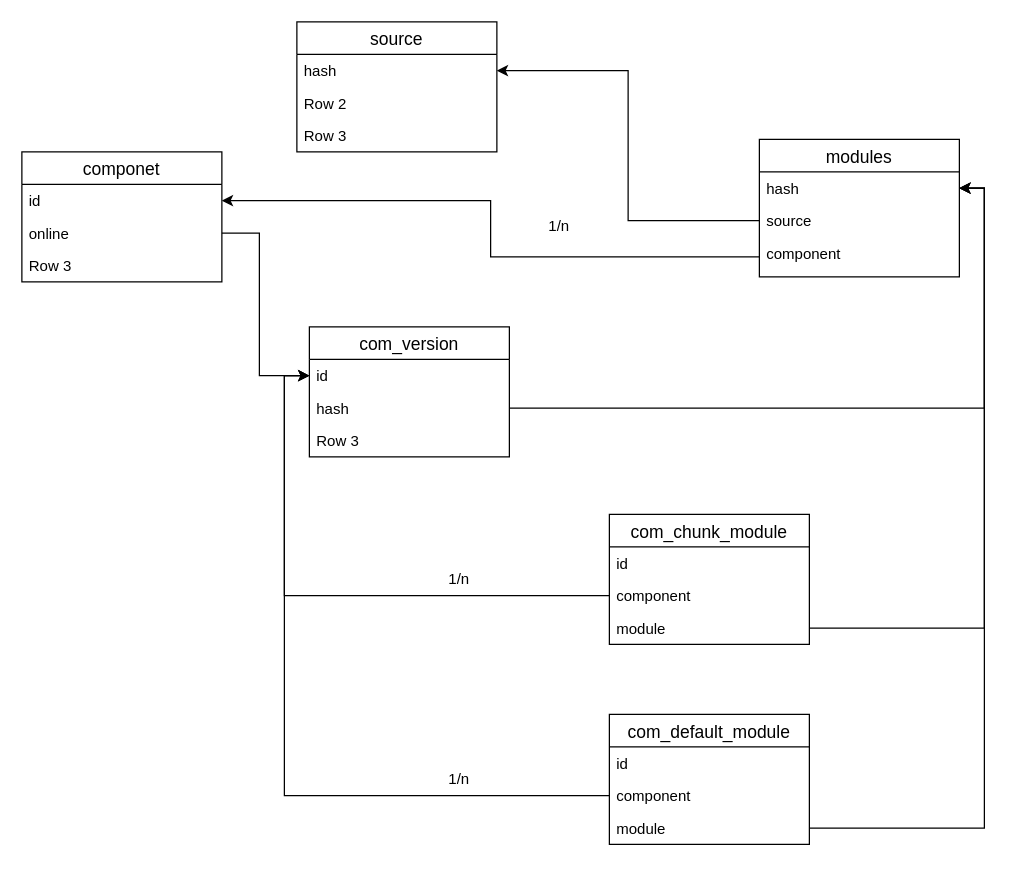
Before: doc/test.drawio in advence-liz/workspace, a draw.io diagram. Source tidied: cells renumbered, new cells numbered last; positions are measured from the earlier drawing's top-left corner, leaving out a move shared by most shapes. Both pictures are drawn from the tidied source at 125%, with x=0, y=0 at pixel (21, 21).
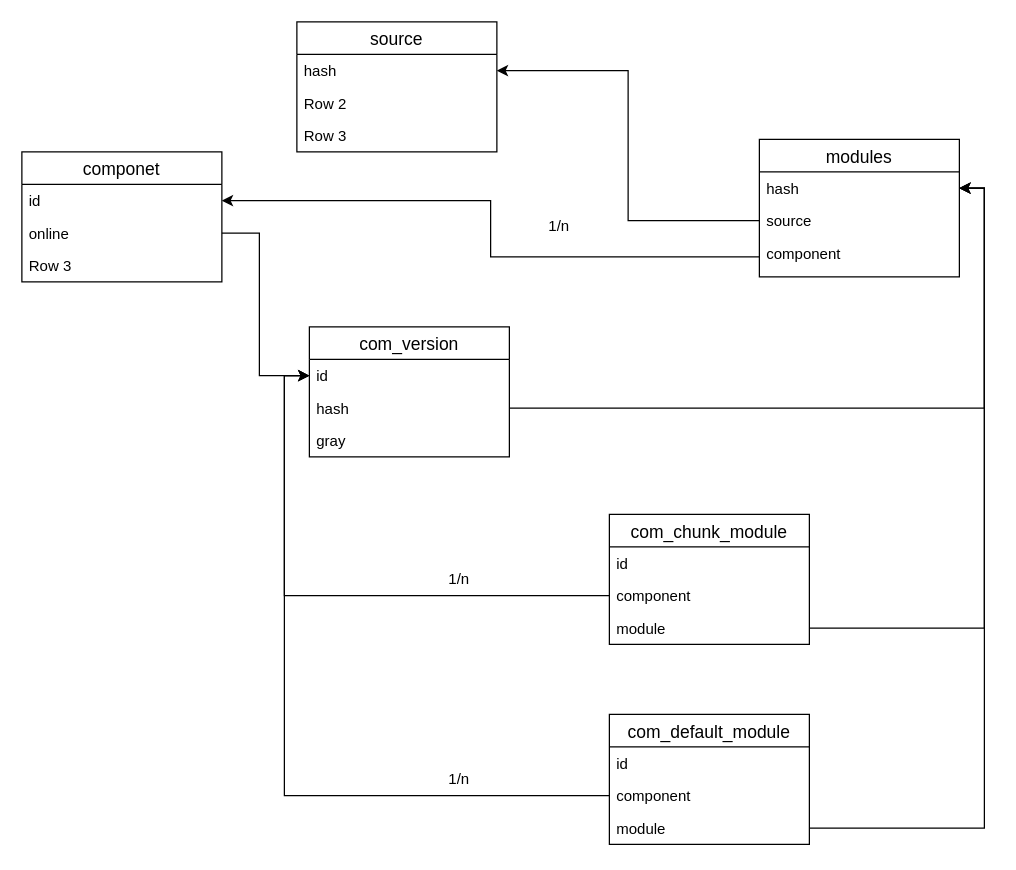
Above is the later version.

The change refers to these unchanged cells:
```xml
<mxCell id="10" value="com_version" style="swimlane;fontStyle=0;horizontal=1;startSize=26;align=center;fontSize=14;" parent="1" vertex="1">
  <mxGeometry x="230" y="244" width="160" height="104" as="geometry" />
</mxCell>
```

Change to the diagram source:
```diff
@@
-    <mxCell id="13" value="Row 3" style="text;strokeColor=none;fillColor=none;spacingLeft=4;spacingRight=4;overflow=hidden;fontSize=12;" parent="10" vertex="1">
+    <mxCell id="13" value="gray" style="text;strokeColor=none;fillColor=none;spacingLeft=4;spacingRight=4;overflow=hidden;fontSize=12;" parent="10" vertex="1">
       <mxGeometry y="78" width="160" height="26" as="geometry" />
     </mxCell>
```
